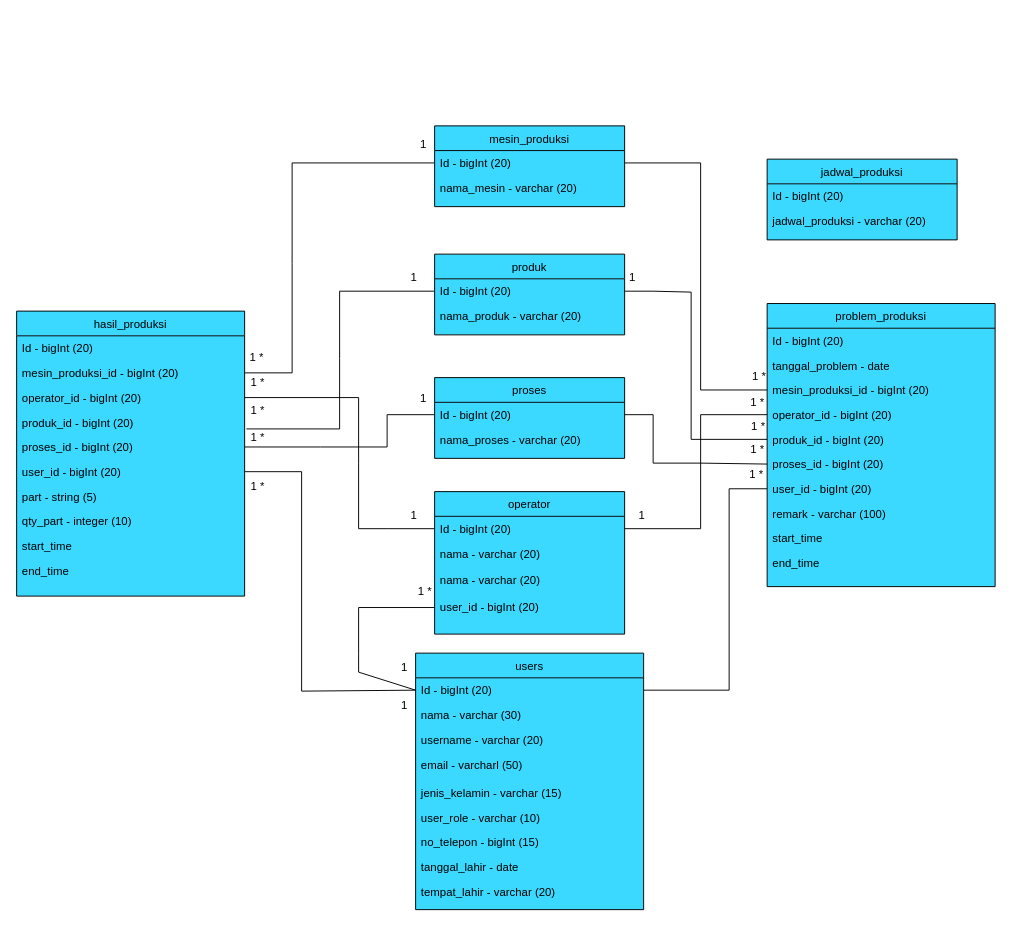
danangsptro/manufacturing_goseki keeps this draw.io diagram as class_diagram.drawio. Above is the earlier version. Source tidied: cells renumbered, new cells numbered last; positions are measured from the earlier drawing's top-left corner, leaving out a move shared by most shapes. Both pictures are drawn from the tidied source at 95%, with x=0, y=0 at pixel (16, 125).
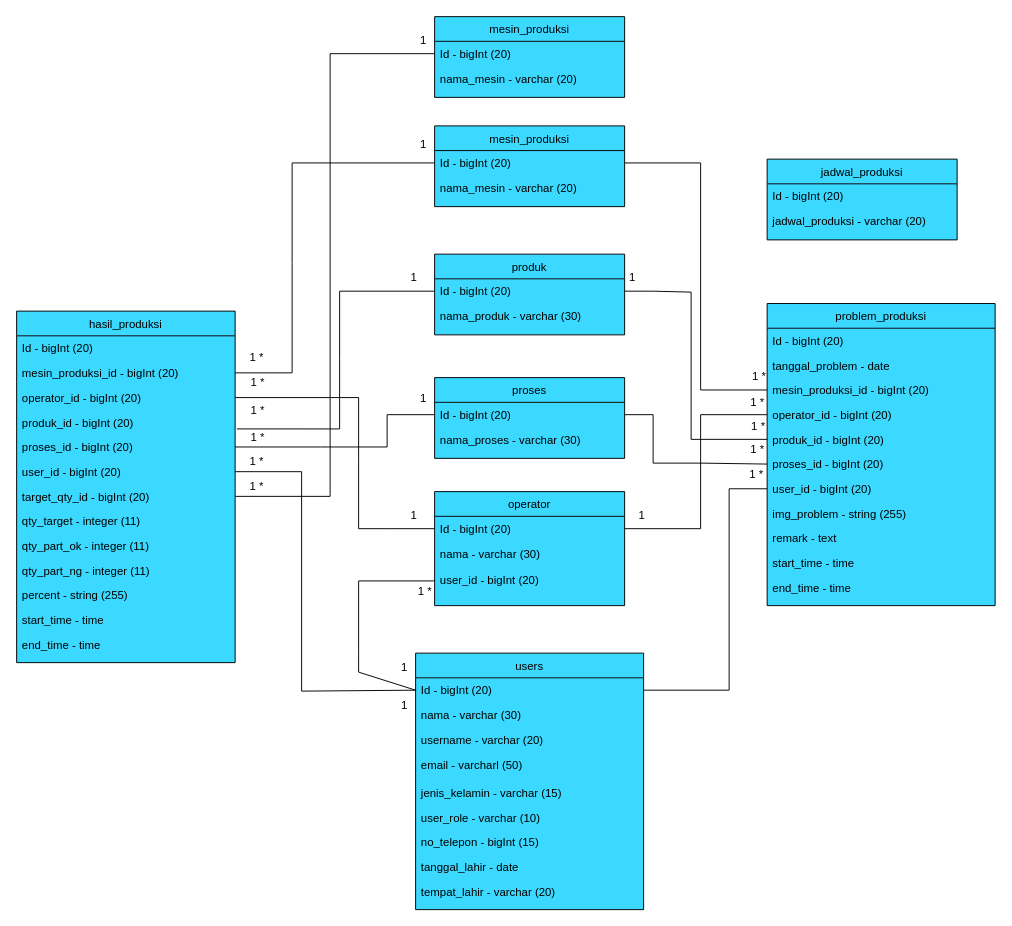
The same diagram, later.

Unchanged cells that the change refers to:
```xml
<mxCell id="3" value="Id - bigInt (20)" style="text;align=left;verticalAlign=top;spacingLeft=4;spacingRight=4;overflow=hidden;points=[[0,0.5],[1,0.5]];portConstraint=eastwest;" parent="2" vertex="1">
  <mxGeometry y="26" width="240" height="26" as="geometry" />
</mxCell>
<mxCell id="20" value="proses" style="swimlane;fontStyle=0;align=center;verticalAlign=top;horizontal=1;startSize=26;rounded=0;shadow=0;strokeWidth=1;fillColor=#3BD8FF;swimlaneFillColor=#3BD8FF;" parent="1" vertex="1">
  <mxGeometry x="440" y="265" width="200" height="85" as="geometry" />
</mxCell>
<mxCell id="23" value="produk" style="swimlane;fontStyle=0;align=center;verticalAlign=top;horizontal=1;startSize=26;rounded=0;shadow=0;strokeWidth=1;fillColor=#3BD8FF;swimlaneFillColor=#3BD8FF;" parent="1" vertex="1">
  <mxGeometry x="440" y="135" width="200" height="85" as="geometry" />
</mxCell>
```

The edit, as a diff of the source:
```diff
@@
     <mxCell id="15" value="operator" style="swimlane;fontStyle=0;align=center;verticalAlign=top;horizontal=1;startSize=26;rounded=0;shadow=0;strokeWidth=1;fillColor=#3BD8FF;swimlaneFillColor=#3BD8FF;" parent="1" vertex="1">
-      <mxGeometry x="440" y="385" width="200" height="150" as="geometry" />
+      <mxGeometry x="440" y="385" width="200" height="120" as="geometry" />
     </mxCell>
@@
-    <mxCell id="17" value="nama - varchar (20)" style="text;align=left;verticalAlign=top;spacingLeft=4;spacingRight=4;overflow=hidden;rounded=0;shadow=0;html=0;" parent="15" vertex="1">
-      <mxGeometry y="52" width="200" height="28" as="geometry" />
-    </mxCell>
-    <mxCell id="18" value="nama - varchar (20)" style="text;align=left;verticalAlign=top;spacingLeft=4;spacingRight=4;overflow=hidden;rounded=0;shadow=0;html=0;" parent="15" vertex="1">
-      <mxGeometry y="80" width="200" height="28" as="geometry" />
+    <mxCell id="18" value="nama - varchar (30)" style="text;align=left;verticalAlign=top;spacingLeft=4;spacingRight=4;overflow=hidden;rounded=0;shadow=0;html=0;" parent="15" vertex="1">
+      <mxGeometry y="52" width="200" height="28" as="geometry" />
     </mxCell>
     <mxCell id="19" value="user_id - bigInt (20)" style="text;align=left;verticalAlign=top;spacingLeft=4;spacingRight=4;overflow=hidden;points=[[0,0.5],[1,0.5]];portConstraint=eastwest;rounded=0;shadow=0;html=0;" parent="15" vertex="1">
-      <mxGeometry y="108" width="200" height="28" as="geometry" />
+      <mxGeometry y="80" width="200" height="28" as="geometry" />
     </mxCell>
@@
-    <mxCell id="22" value="nama_proses - varchar (20)" style="text;align=left;verticalAlign=top;spacingLeft=4;spacingRight=4;overflow=hidden;rounded=0;shadow=0;html=0;" parent="20" vertex="1">
+    <mxCell id="22" value="nama_proses - varchar (30)" style="text;align=left;verticalAlign=top;spacingLeft=4;spacingRight=4;overflow=hidden;rounded=0;shadow=0;html=0;" parent="20" vertex="1">
       <mxGeometry y="52" width="200" height="26" as="geometry" />
     </mxCell>
@@
-    <mxCell id="25" value="nama_produk - varchar (20)" style="text;align=left;verticalAlign=top;spacingLeft=4;spacingRight=4;overflow=hidden;rounded=0;shadow=0;html=0;" parent="23" vertex="1">
+    <mxCell id="25" value="nama_produk - varchar (30)" style="text;align=left;verticalAlign=top;spacingLeft=4;spacingRight=4;overflow=hidden;rounded=0;shadow=0;html=0;" parent="23" vertex="1">
       <mxGeometry y="52" width="200" height="26" as="geometry" />
     </mxCell>
     <mxCell id="26" value="hasil_produksi" style="swimlane;fontStyle=0;align=center;verticalAlign=top;horizontal=1;startSize=26;rounded=0;shadow=0;strokeWidth=1;fillColor=#3BD8FF;swimlaneFillColor=#3BD8FF;" parent="1" vertex="1">
-      <mxGeometry y="195" width="240" height="300" as="geometry" />
+      <mxGeometry y="195" width="230" height="370" as="geometry" />
     </mxCell>
     <mxCell id="27" value="Id - bigInt (20)" style="text;align=left;verticalAlign=top;spacingLeft=4;spacingRight=4;overflow=hidden;" parent="26" vertex="1">
-      <mxGeometry y="26" width="240" height="26" as="geometry" />
+      <mxGeometry y="26" width="230" height="26" as="geometry" />
     </mxCell>
     <mxCell id="28" value="mesin_produksi_id - bigInt (20)" style="text;align=left;verticalAlign=top;spacingLeft=4;spacingRight=4;overflow=hidden;points=[[0,0.5],[1,0.5]];portConstraint=eastwest;rounded=0;shadow=0;html=0;" parent="26" vertex="1">
-      <mxGeometry y="52" width="240" height="26" as="geometry" />
+      <mxGeometry y="52" width="230" height="26" as="geometry" />
     </mxCell>
     <mxCell id="29" value="operator_id - bigInt (20)" style="text;align=left;verticalAlign=top;spacingLeft=4;spacingRight=4;overflow=hidden;points=[[0,0.5],[1,0.5]];portConstraint=eastwest;rounded=0;shadow=0;html=0;" parent="26" vertex="1">
-      <mxGeometry y="78" width="240" height="26" as="geometry" />
+      <mxGeometry y="78" width="230" height="26" as="geometry" />
     </mxCell>
     <mxCell id="30" value="produk_id - bigInt (20)" style="text;align=left;verticalAlign=top;spacingLeft=4;spacingRight=4;overflow=hidden;points=[[0,0.5],[1,0.5]];portConstraint=eastwest;rounded=0;shadow=0;html=0;" parent="26" vertex="1">
-      <mxGeometry y="104" width="240" height="26" as="geometry" />
+      <mxGeometry y="104" width="230" height="26" as="geometry" />
     </mxCell>
     <mxCell id="31" value="proses_id - bigInt (20)" style="text;align=left;verticalAlign=top;spacingLeft=4;spacingRight=4;overflow=hidden;points=[[0,0.5],[1,0.5]];portConstraint=eastwest;rounded=0;shadow=0;html=0;" parent="26" vertex="1">
-      <mxGeometry y="130" width="240" height="26" as="geometry" />
+      <mxGeometry y="130" width="230" height="26" as="geometry" />
     </mxCell>
     <mxCell id="32" value="user_id - bigInt (20)" style="text;align=left;verticalAlign=top;spacingLeft=4;spacingRight=4;overflow=hidden;points=[[0,0.5],[1,0.5]];portConstraint=eastwest;rounded=0;shadow=0;html=0;" parent="26" vertex="1">
-      <mxGeometry y="156" width="240" height="26" as="geometry" />
+      <mxGeometry y="156" width="230" height="26" as="geometry" />
     </mxCell>
-    <mxCell id="33" value="part - string (5)" style="text;align=left;verticalAlign=top;spacingLeft=4;spacingRight=4;overflow=hidden;points=[[0,0.5],[1,0.5]];portConstraint=eastwest;rounded=0;shadow=0;html=0;" parent="26" vertex="1">
-      <mxGeometry y="182" width="240" height="26" as="geometry" />
+    <mxCell id="33" value="target_qty_id - bigInt (20)" style="text;align=left;verticalAlign=top;spacingLeft=4;spacingRight=4;overflow=hidden;points=[[0,0.5],[1,0.5]];portConstraint=eastwest;rounded=0;shadow=0;html=0;" parent="26" vertex="1">
+      <mxGeometry y="182" width="230" height="26" as="geometry" />
     </mxCell>
+    <mxCell id="81" value="qty_target - integer (11)" style="text;align=left;verticalAlign=top;spacingLeft=4;spacingRight=4;overflow=hidden;rounded=0;shadow=0;html=0;" parent="26" vertex="1">
+      <mxGeometry y="208" width="230" height="26" as="geometry" />
+    </mxCell>
+    <mxCell id="82" value="qty_part_ok - integer (11)" style="text;align=left;verticalAlign=top;spacingLeft=4;spacingRight=4;overflow=hidden;rounded=0;shadow=0;html=0;" parent="26" vertex="1">
+      <mxGeometry y="234" width="230" height="26" as="geometry" />
+    </mxCell>
+    <mxCell id="83" value="qty_part_ng - integer (11)" style="text;align=left;verticalAlign=top;spacingLeft=4;spacingRight=4;overflow=hidden;rounded=0;shadow=0;html=0;" parent="26" vertex="1">
+      <mxGeometry y="260" width="230" height="26" as="geometry" />
+    </mxCell>
-    <mxCell id="34" value="qty_part - integer (10)" style="text;align=left;verticalAlign=top;spacingLeft=4;spacingRight=4;overflow=hidden;rounded=0;shadow=0;html=0;" parent="26" vertex="1">
-      <mxGeometry y="208" width="240" height="26" as="geometry" />
+    <mxCell id="34" value="percent - string (255)" style="text;align=left;verticalAlign=top;spacingLeft=4;spacingRight=4;overflow=hidden;rounded=0;shadow=0;html=0;" parent="26" vertex="1">
+      <mxGeometry y="286" width="230" height="26" as="geometry" />
     </mxCell>
-    <mxCell id="35" value="start_time&#10;" style="text;align=left;verticalAlign=top;spacingLeft=4;spacingRight=4;overflow=hidden;rounded=0;shadow=0;html=0;" parent="26" vertex="1">
-      <mxGeometry y="234" width="240" height="26" as="geometry" />
+    <mxCell id="35" value="start_time - time" style="text;align=left;verticalAlign=top;spacingLeft=4;spacingRight=4;overflow=hidden;rounded=0;shadow=0;html=0;" parent="26" vertex="1">
+      <mxGeometry y="312" width="230" height="26" as="geometry" />
     </mxCell>
-    <mxCell id="36" value="end_time" style="text;align=left;verticalAlign=top;spacingLeft=4;spacingRight=4;overflow=hidden;rounded=0;shadow=0;html=0;" parent="26" vertex="1">
-      <mxGeometry y="260" width="240" height="26" as="geometry" />
+    <mxCell id="36" value="end_time - time" style="text;align=left;verticalAlign=top;spacingLeft=4;spacingRight=4;overflow=hidden;rounded=0;shadow=0;html=0;" parent="26" vertex="1">
+      <mxGeometry y="338" width="230" height="32" as="geometry" />
     </mxCell>
     <mxCell id="37" value="problem_produksi" style="swimlane;fontStyle=0;align=center;verticalAlign=top;horizontal=1;startSize=26;rounded=0;shadow=0;strokeWidth=1;fillColor=#3BD8FF;swimlaneFillColor=#3BD8FF;" parent="1" vertex="1">
-      <mxGeometry x="790" y="187" width="240" height="298" as="geometry" />
+      <mxGeometry x="790" y="187" width="240" height="318" as="geometry" />
     </mxCell>
@@
+    <mxCell id="84" value="img_problem - string (255)" style="text;align=left;verticalAlign=top;spacingLeft=4;spacingRight=4;overflow=hidden;rounded=0;shadow=0;html=0;" parent="37" vertex="1">
+      <mxGeometry y="208" width="240" height="26" as="geometry" />
+    </mxCell>
-    <mxCell id="45" value="remark - varchar (100)" style="text;align=left;verticalAlign=top;spacingLeft=4;spacingRight=4;overflow=hidden;rounded=0;shadow=0;html=0;" parent="37" vertex="1">
-      <mxGeometry y="208" width="240" height="26" as="geometry" />
+    <mxCell id="45" value="remark - text" style="text;align=left;verticalAlign=top;spacingLeft=4;spacingRight=4;overflow=hidden;rounded=0;shadow=0;html=0;" parent="37" vertex="1">
+      <mxGeometry y="234" width="240" height="26" as="geometry" />
     </mxCell>
-    <mxCell id="46" value="start_time&#10;" style="text;align=left;verticalAlign=top;spacingLeft=4;spacingRight=4;overflow=hidden;rounded=0;shadow=0;html=0;" parent="37" vertex="1">
-      <mxGeometry y="234" width="240" height="26" as="geometry" />
+    <mxCell id="46" value="start_time - time" style="text;align=left;verticalAlign=top;spacingLeft=4;spacingRight=4;overflow=hidden;rounded=0;shadow=0;html=0;" parent="37" vertex="1">
+      <mxGeometry y="260" width="240" height="26" as="geometry" />
     </mxCell>
-    <mxCell id="47" value="end_time" style="text;align=left;verticalAlign=top;spacingLeft=4;spacingRight=4;overflow=hidden;rounded=0;shadow=0;html=0;" parent="37" vertex="1">
-      <mxGeometry y="260" width="240" height="26" as="geometry" />
+    <mxCell id="47" value="end_time - time" style="text;align=left;verticalAlign=top;spacingLeft=4;spacingRight=4;overflow=hidden;rounded=0;shadow=0;html=0;" parent="37" vertex="1">
+      <mxGeometry y="286" width="240" height="26" as="geometry" />
     </mxCell>
@@
     <mxCell id="61" style="endArrow=none;html=1;rounded=0;entryX=0;entryY=0.5;entryDx=0;entryDy=0;exitX=0;exitY=0.5;exitDx=0;exitDy=0;" parent="1" edge="1" source="19" target="3">
       <mxGeometry relative="1" as="geometry">
         <Array as="points">
-          <mxPoint x="360" y="507" />
+          <mxPoint x="360" y="479" />
           <mxPoint x="360" y="555" />
           <mxPoint x="360" y="575" />
         </Array>
       </mxGeometry>
     </mxCell>
@@
     <mxCell id="66" value="1 *" style="text;html=1;strokeColor=none;fillColor=none;align=center;verticalAlign=middle;whiteSpace=wrap;rounded=0;" parent="1" vertex="1">
-      <mxGeometry x="224" y="365" width="60" height="30" as="geometry" />
+      <mxGeometry x="223" y="339" width="60" height="30" as="geometry" />
     </mxCell>
@@
+    <mxCell id="85" value="mesin_produksi" style="swimlane;fontStyle=0;align=center;verticalAlign=top;horizontal=1;startSize=26;rounded=0;shadow=0;strokeWidth=1;fillColor=#3BD8FF;swimlaneFillColor=#3BD8FF;" parent="1" vertex="1">
+      <mxGeometry x="440" y="-115" width="200" height="85" as="geometry" />
+    </mxCell>
+    <mxCell id="86" value="Id - bigInt (20)" style="text;align=left;verticalAlign=top;spacingLeft=4;spacingRight=4;overflow=hidden;points=[[0,0.5],[1,0.5]];portConstraint=eastwest;" parent="85" vertex="1">
+      <mxGeometry y="26" width="200" height="26" as="geometry" />
+    </mxCell>
+    <mxCell id="87" value="nama_mesin - varchar (20)" style="text;align=left;verticalAlign=top;spacingLeft=4;spacingRight=4;overflow=hidden;rounded=0;shadow=0;html=0;" parent="85" vertex="1">
+      <mxGeometry y="52" width="200" height="26" as="geometry" />
+    </mxCell>
+    <mxCell id="88" style="endArrow=none;html=1;rounded=0;entryX=0;entryY=0.5;entryDx=0;entryDy=0;exitX=1;exitY=0.5;exitDx=0;exitDy=0;" parent="1" edge="1" source="33" target="86">
+      <mxGeometry relative="1" as="geometry">
+        <Array as="points">
+          <mxPoint x="330" y="390" />
+          <mxPoint x="330" y="-76" />
+        </Array>
+      </mxGeometry>
+    </mxCell>
+    <mxCell id="89" value="1 *" style="text;html=1;strokeColor=none;fillColor=none;align=center;verticalAlign=middle;whiteSpace=wrap;rounded=0;" parent="1" vertex="1">
+      <mxGeometry x="223" y="365" width="60" height="30" as="geometry" />
+    </mxCell>
+    <mxCell id="90" value="1&amp;nbsp;" style="text;html=1;strokeColor=none;fillColor=none;align=center;verticalAlign=middle;whiteSpace=wrap;rounded=0;" parent="1" vertex="1">
+      <mxGeometry x="400" y="-105" width="60" height="30" as="geometry" />
+    </mxCell>
```
